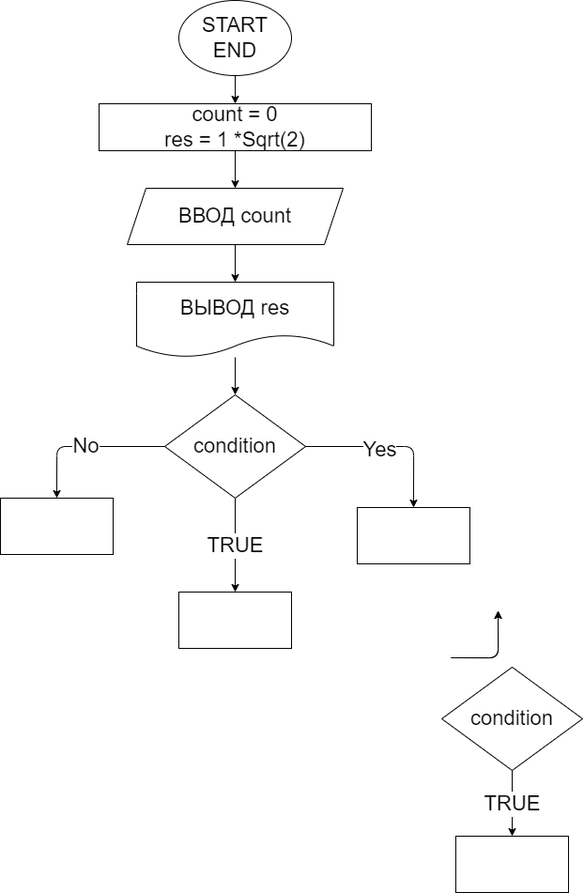
GrinkBS/- keeps this draw.io diagram as ex000.drawio.png. Above is the earlier version. Source tidied: cells renumbered, new cells last; positions are measured from the earlier drawing's top-left corner, leaving out a move shared by most shapes. The source it was exported from:
```xml
<mxGraphModel>
  <root>
    <mxCell id="0" />
    <mxCell id="1" parent="0" />
    <mxCell id="2" value="START&lt;br&gt;END" style="ellipse;whiteSpace=wrap;html=1;fontSize=22;" parent="1" vertex="1">
      <mxGeometry x="190" width="120" height="80" as="geometry" />
    </mxCell>
    <mxCell id="3" style="edgeStyle=none;html=1;fontSize=22;" parent="1" edge="1" source="4" target="7">
      <mxGeometry relative="1" as="geometry" />
    </mxCell>
    <mxCell id="4" value="count = 0&lt;br&gt;res = 1 *Sqrt(2)" style="rounded=0;whiteSpace=wrap;html=1;fontSize=22;" parent="1" vertex="1">
      <mxGeometry x="105" y="110" width="290" height="50" as="geometry" />
    </mxCell>
    <mxCell id="5" style="endArrow=classic;html=1;fontSize=22;exitX=0.5;exitY=1;exitDx=0;exitDy=0;entryX=0.5;entryY=0;entryDx=0;entryDy=0;" parent="1" edge="1" source="2" target="4">
      <mxGeometry relative="1" as="geometry" />
    </mxCell>
    <mxCell id="6" style="edgeStyle=none;html=1;fontSize=22;" parent="1" edge="1" source="7" target="9">
      <mxGeometry relative="1" as="geometry" />
    </mxCell>
    <mxCell id="7" value="ВВОД count" style="shape=parallelogram;perimeter=parallelogramPerimeter;whiteSpace=wrap;html=1;fixedSize=1;fontSize=22;" parent="1" vertex="1">
      <mxGeometry x="135" y="200" width="230" height="60" as="geometry" />
    </mxCell>
    <mxCell id="8" style="edgeStyle=none;html=1;fontSize=22;" parent="1" edge="1" source="9" target="11">
      <mxGeometry relative="1" as="geometry" />
    </mxCell>
    <mxCell id="9" value="ВЫВОД res" style="shape=document;whiteSpace=wrap;html=1;boundedLbl=1;fontSize=22;" parent="1" vertex="1">
      <mxGeometry x="145" y="300" width="210" height="80" as="geometry" />
    </mxCell>
    <mxCell id="10" value="TRUE" style="edgeStyle=none;html=1;fontSize=22;" parent="1" edge="1" source="11" target="17">
      <mxGeometry relative="1" as="geometry" />
    </mxCell>
    <mxCell id="11" value="condition" style="rhombus;whiteSpace=wrap;html=1;fontSize=22;" parent="1" vertex="1">
      <mxGeometry x="175" y="420" width="150" height="110" as="geometry" />
    </mxCell>
    <mxCell id="12" style="rounded=0;whiteSpace=wrap;html=1;fontSize=22;" parent="1" vertex="1">
      <mxGeometry x="380" y="540" width="120" height="60" as="geometry" />
    </mxCell>
    <mxCell id="13" style="rounded=0;whiteSpace=wrap;html=1;fontSize=22;" parent="1" vertex="1">
      <mxGeometry y="530" width="120" height="60" as="geometry" />
    </mxCell>
    <mxCell id="14" style="edgeStyle=segmentEdgeStyle;endArrow=classic;html=1;fontSize=22;entryX=0.5;entryY=0;entryDx=0;entryDy=0;exitX=1;exitY=0.5;exitDx=0;exitDy=0;" parent="1" edge="1" source="11" target="12">
      <mxGeometry relative="1" as="geometry" />
    </mxCell>
    <mxCell id="15" value="Yes" style="edgeLabel;html=1;align=center;verticalAlign=middle;fontSize=22;" parent="14" vertex="1">
      <mxGeometry x="-0.15" y="-3" relative="1" as="geometry" />
    </mxCell>
    <mxCell id="16" value="No" style="edgeStyle=segmentEdgeStyle;endArrow=classic;html=1;fontSize=22;exitX=0;exitY=0.5;exitDx=0;exitDy=0;entryX=0.5;entryY=0;entryDx=0;entryDy=0;" parent="1" edge="1" source="11" target="13">
      <mxGeometry relative="1" as="geometry" />
    </mxCell>
    <mxCell id="17" style="rounded=0;whiteSpace=wrap;html=1;fontSize=22;" parent="1" vertex="1">
      <mxGeometry x="190" y="630" width="120" height="60" as="geometry" />
    </mxCell>
    <mxCell id="18" value="TRUE" style="edgeStyle=none;html=1;fontSize=22;" parent="1" edge="1" source="19" target="20">
      <mxGeometry relative="1" as="geometry" />
    </mxCell>
    <mxCell id="19" value="condition" style="rhombus;whiteSpace=wrap;html=1;fontSize=22;" parent="1" vertex="1">
      <mxGeometry x="470" y="710" width="150" height="110" as="geometry" />
    </mxCell>
    <mxCell id="20" style="rounded=0;whiteSpace=wrap;html=1;fontSize=22;" parent="1" vertex="1">
      <mxGeometry x="485" y="890" width="120" height="60" as="geometry" />
    </mxCell>
    <mxCell id="21" style="edgeStyle=segmentEdgeStyle;endArrow=classic;html=1;fontSize=22;" parent="1" edge="1">
      <mxGeometry relative="1" as="geometry">
        <mxPoint x="480" y="700" as="sourcePoint" />
        <mxPoint x="530" y="650" as="targetPoint" />
      </mxGeometry>
    </mxCell>
    <mxCell id="22" style="edgeStyle=segmentEdgeStyle;endArrow=classic;html=1;fontSize=22;" parent="1" edge="1">
      <mxGeometry relative="1" as="geometry">
        <mxPoint x="480" y="700" as="sourcePoint" />
        <mxPoint x="530" y="650" as="targetPoint" />
      </mxGeometry>
    </mxCell>
  </root>
</mxGraphModel>
```
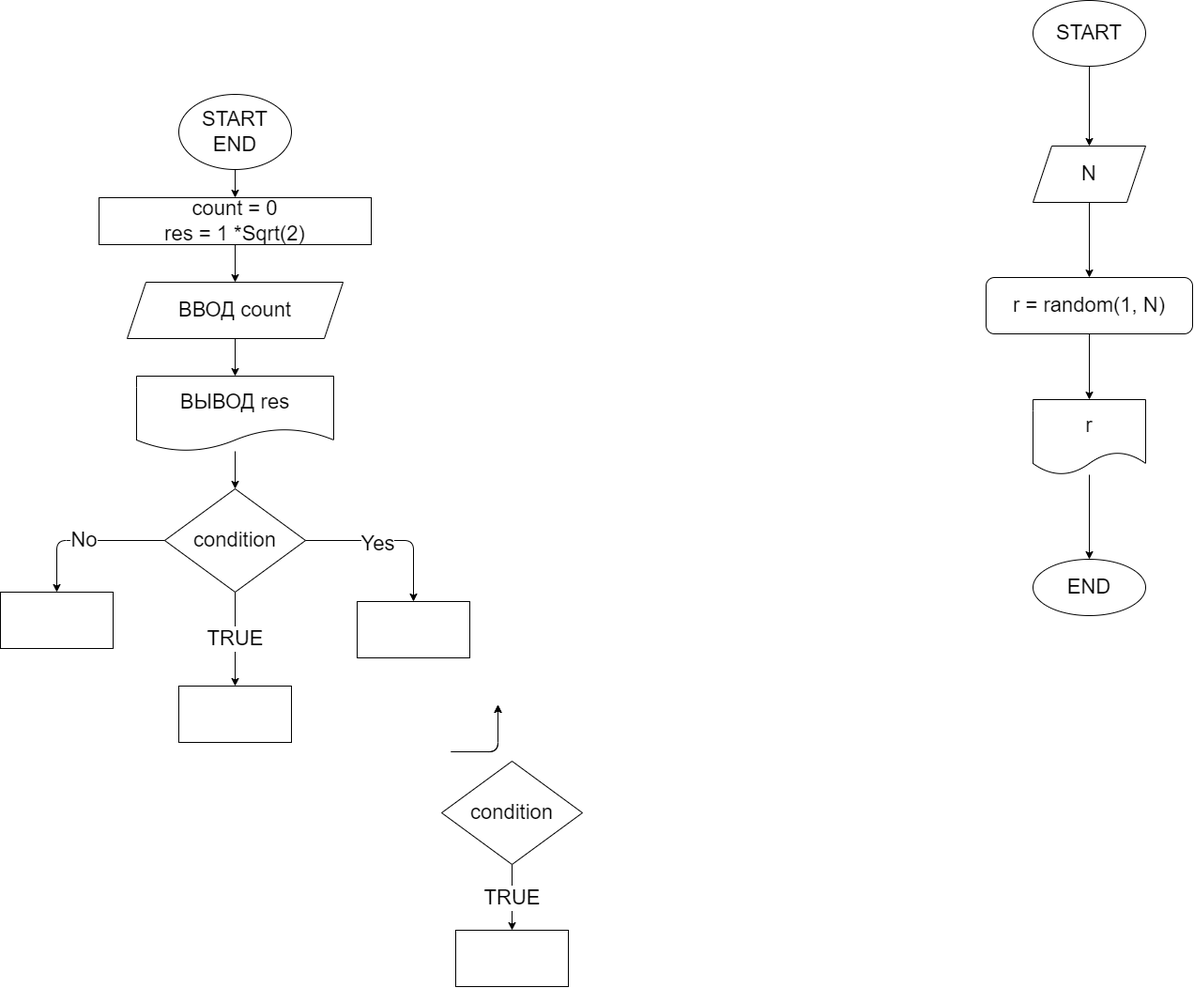
The same diagram one commit later.

Diff of the diagram source:
```diff
@@ -71,5 +71,32 @@
         <mxPoint x="530" y="650" as="targetPoint" />
       </mxGeometry>
     </mxCell>
+    <mxCell id="23" style="edgeStyle=none;html=1;fontSize=22;" parent="1" edge="1" source="24" target="26">
+      <mxGeometry relative="1" as="geometry" />
+    </mxCell>
+    <mxCell id="24" value="START" style="ellipse;whiteSpace=wrap;html=1;fontSize=22;" parent="1" vertex="1">
+      <mxGeometry x="1100" y="-100" width="120" height="70" as="geometry" />
+    </mxCell>
+    <mxCell id="25" style="edgeStyle=none;html=1;fontSize=22;" parent="1" edge="1" source="26" target="28">
+      <mxGeometry relative="1" as="geometry" />
+    </mxCell>
+    <mxCell id="26" value="N" style="shape=parallelogram;perimeter=parallelogramPerimeter;whiteSpace=wrap;html=1;fixedSize=1;fontSize=22;" parent="1" vertex="1">
+      <mxGeometry x="1100" y="55" width="120" height="60" as="geometry" />
+    </mxCell>
+    <mxCell id="27" style="edgeStyle=none;html=1;fontSize=22;" parent="1" edge="1" source="28" target="30">
+      <mxGeometry relative="1" as="geometry" />
+    </mxCell>
+    <mxCell id="28" value="r = random(1, N)" style="rounded=1;whiteSpace=wrap;html=1;fontSize=22;" parent="1" vertex="1">
+      <mxGeometry x="1050" y="195" width="220" height="60" as="geometry" />
+    </mxCell>
+    <mxCell id="29" style="edgeStyle=none;html=1;fontSize=22;" parent="1" edge="1" source="30" target="31">
+      <mxGeometry relative="1" as="geometry" />
+    </mxCell>
+    <mxCell id="30" value="r" style="shape=document;whiteSpace=wrap;html=1;boundedLbl=1;fontSize=22;rounded=1;" parent="1" vertex="1">
+      <mxGeometry x="1100" y="325" width="120" height="80" as="geometry" />
+    </mxCell>
+    <mxCell id="31" value="END" style="ellipse;whiteSpace=wrap;html=1;fontSize=22;rounded=1;" parent="1" vertex="1">
+      <mxGeometry x="1100" y="495" width="120" height="60" as="geometry" />
+    </mxCell>
   </root>
 </mxGraphModel>
```
